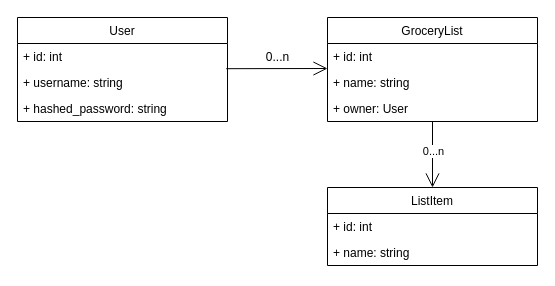
This is Domain/Domain UML.drawio from PBSW/Databases-For-Developers-Synopsis, a draw.io file, before an edit. Source tidied: cells renumbered, new cells numbered last; positions are measured from the earlier drawing's top-left corner, leaving out a move shared by most shapes. Both pictures are drawn from the tidied source at 100%, with x=0, y=0 at pixel (17, 17).
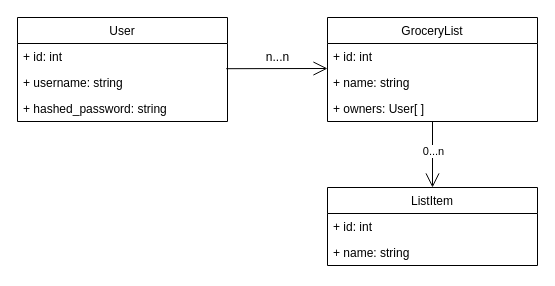
The same diagram, later.

What changed in the source:
```diff
@@
 <mxGraphModel>
   <root>
     <mxCell id="0" />
     <mxCell id="1" parent="0" />
     <mxCell id="2" value="User" style="swimlane;fontStyle=0;horizontal=1;startSize=26;fillColor=none;" parent="1" vertex="1">
       <mxGeometry width="210" height="104" as="geometry" />
     </mxCell>
     <mxCell id="3" value="+ id: int" style="text;strokeColor=none;fillColor=none;align=left;verticalAlign=top;spacingLeft=4;spacingRight=4;overflow=hidden;" parent="2" vertex="1">
       <mxGeometry y="26" width="210" height="26" as="geometry" />
     </mxCell>
     <mxCell id="4" value="+ username: string" style="text;strokeColor=none;fillColor=none;align=left;verticalAlign=top;spacingLeft=4;spacingRight=4;overflow=hidden;points=[[0,0.5],[1,0.5]];portConstraint=eastwest;" parent="2" vertex="1">
       <mxGeometry y="52" width="210" height="26" as="geometry" />
     </mxCell>
     <mxCell id="5" value="+ hashed_password: string" style="text;strokeColor=none;fillColor=none;align=left;verticalAlign=top;spacingLeft=4;spacingRight=4;overflow=hidden;" parent="2" vertex="1">
       <mxGeometry y="78" width="210" height="26" as="geometry" />
     </mxCell>
     <mxCell id="6" value="GroceryList" style="swimlane;fontStyle=0;horizontal=1;startSize=26;fillColor=none;" parent="1" vertex="1">
       <mxGeometry x="310" width="210" height="104" as="geometry" />
     </mxCell>
     <mxCell id="7" value="+ id: int" style="text;strokeColor=none;fillColor=none;align=left;verticalAlign=top;spacingLeft=4;spacingRight=4;overflow=hidden;" parent="6" vertex="1">
       <mxGeometry y="26" width="210" height="26" as="geometry" />
     </mxCell>
     <mxCell id="8" value="+ name: string" style="text;strokeColor=none;fillColor=none;align=left;verticalAlign=top;spacingLeft=4;spacingRight=4;overflow=hidden;" parent="6" vertex="1">
       <mxGeometry y="52" width="210" height="26" as="geometry" />
     </mxCell>
-    <mxCell id="9" value="+ owner: User" style="text;strokeColor=none;fillColor=none;align=left;verticalAlign=top;spacingLeft=4;spacingRight=4;overflow=hidden;" parent="6" vertex="1">
+    <mxCell id="9" value="+ owners: User[ ]" style="text;strokeColor=none;fillColor=none;align=left;verticalAlign=top;spacingLeft=4;spacingRight=4;overflow=hidden;" parent="6" vertex="1">
       <mxGeometry y="78" width="210" height="26" as="geometry" />
     </mxCell>
     <mxCell id="10" style="endArrow=open;endFill=1;endSize=12;html=1;rounded=0;exitX=0.994;exitY=-0.031;exitDx=0;exitDy=0;exitPerimeter=0;align=center;" parent="1" edge="1" source="4">
       <mxGeometry relative="1" as="geometry">
         <mxPoint x="310" y="51" as="targetPoint" />
       </mxGeometry>
     </mxCell>
-    <mxCell id="11" value="0...n" style="text;html=1;align=center;verticalAlign=middle;strokeColor=none;fillColor=none;" parent="1" vertex="1">
+    <mxCell id="11" value="n...n" style="text;html=1;align=center;verticalAlign=middle;strokeColor=none;fillColor=none;" parent="1" vertex="1">
       <mxGeometry x="240" y="30" width="40" height="20" as="geometry" />
     </mxCell>
     <mxCell id="12" value="ListItem" style="swimlane;fontStyle=0;horizontal=1;startSize=26;fillColor=none;" parent="1" vertex="1">
       <mxGeometry x="310" y="170" width="210" height="78" as="geometry" />
     </mxCell>
     <mxCell id="13" value="+ id: int" style="text;strokeColor=none;fillColor=none;align=left;verticalAlign=top;spacingLeft=4;spacingRight=4;overflow=hidden;" parent="12" vertex="1">
       <mxGeometry y="26" width="210" height="26" as="geometry" />
     </mxCell>
     <mxCell id="14" value="+ name: string" style="text;strokeColor=none;fillColor=none;align=left;verticalAlign=top;spacingLeft=4;spacingRight=4;overflow=hidden;" parent="12" vertex="1">
       <mxGeometry y="52" width="210" height="26" as="geometry" />
     </mxCell>
     <mxCell id="15" style="endArrow=open;endFill=1;endSize=12;html=1;rounded=0;align=center;entryX=0.5;entryY=0;entryDx=0;entryDy=0;exitX=0.5;exitY=1;exitDx=0;exitDy=0;" parent="1" edge="1" source="6" target="12">
       <mxGeometry relative="1" as="geometry" />
     </mxCell>
     <mxCell id="16" value="0...n" style="edgeLabel;html=1;align=center;verticalAlign=middle;" parent="15" vertex="1">
       <mxGeometry x="-0.13" relative="1" as="geometry" />
     </mxCell>
   </root>
 </mxGraphModel>
```
